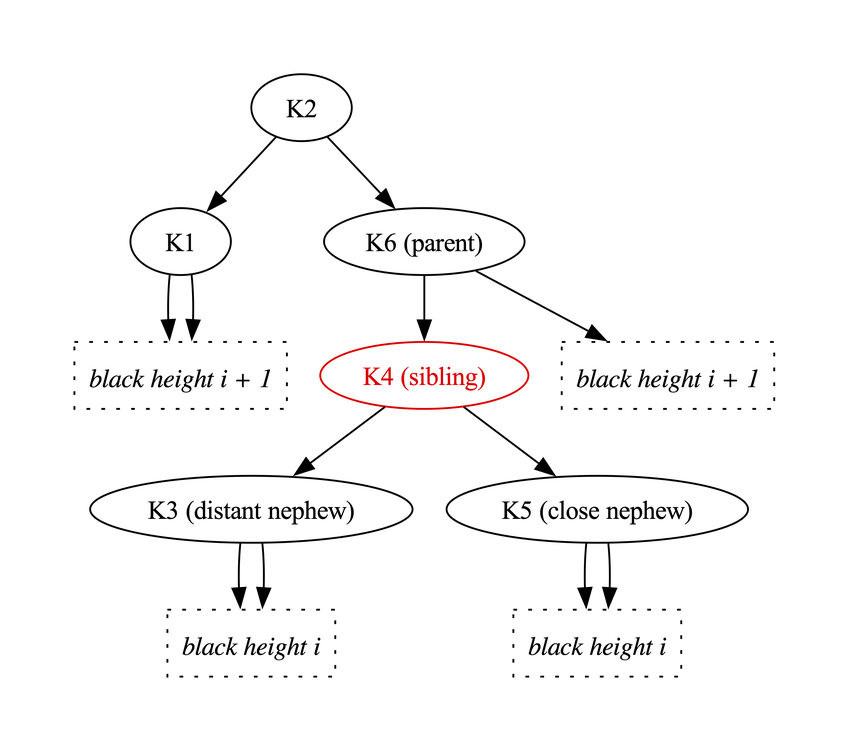
Earlier version of the Graphviz export Fw/DataStructures/docs/diagrams/removeBlackLeafNode/red-sibling-7.png (nasa/fprime). Its source is kept beside it as Fw/DataStructures/docs/diagrams/removeBlackLeafNode/red-sibling-7.dot.
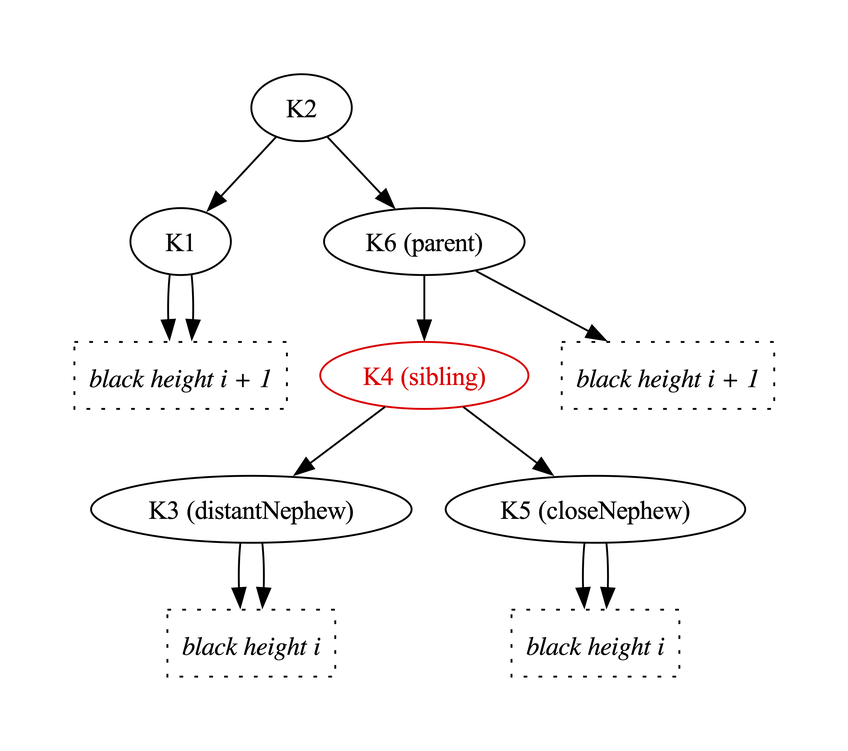
Later version of the same file.

What changed in the source:
```diff
@@ -19,9 +19,9 @@
 
   K1 [label="K1"]
   K2 [label="K2"]
-  K3 [label="K3 (distant nephew)"]
+  K3 [label="K3 (distantNephew)"]
   K4 [label="K4 (sibling)",color="red",fontcolor="red"]
-  K5 [label="K5 (close nephew)"]
+  K5 [label="K5 (closeNephew)"]
   K6 [label="K6 (parent)"]
 
   BH1 [shape="box",label="black height i + 1",style="dotted",fontname="Italic"]
```
